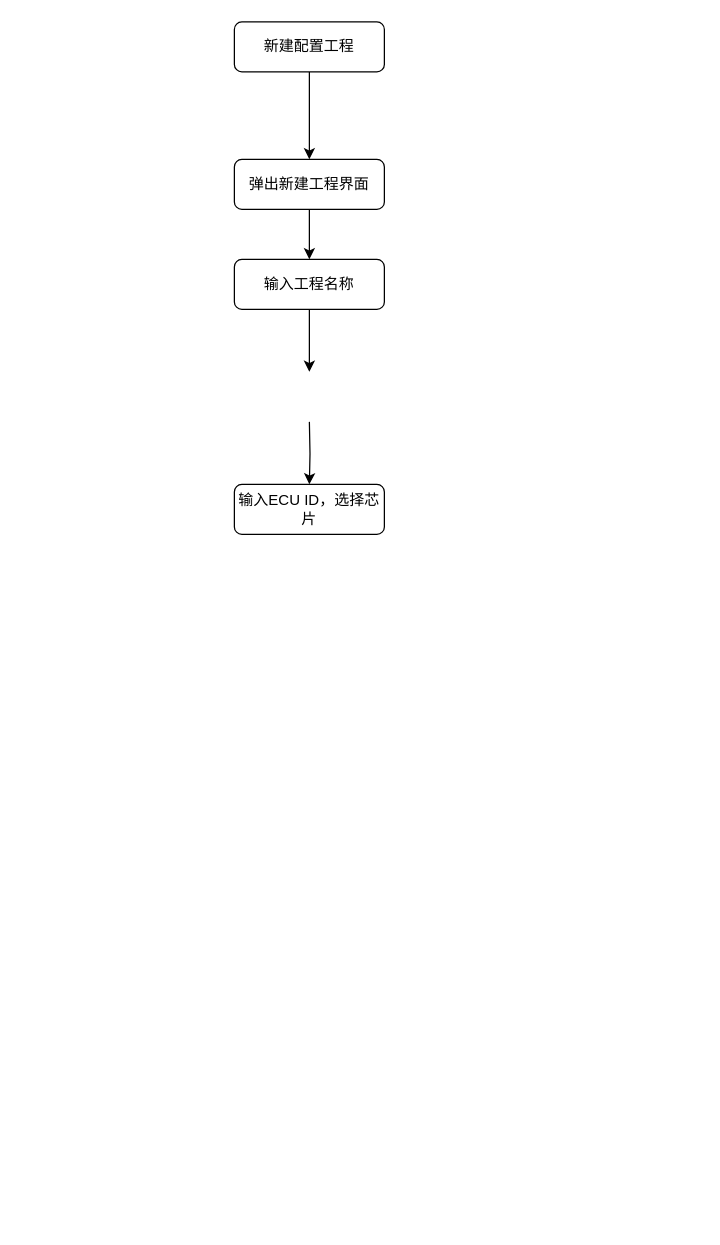
Above: flowchart.drawio in xuleixie/diagram (draw.io), before the change. Source tidied: cells renumbered, new cells numbered last; positions are measured from the earlier drawing's top-left corner, leaving out a move shared by most shapes. Both pictures are drawn from the tidied source at 125%, with x=0, y=0 at pixel (234, 21).
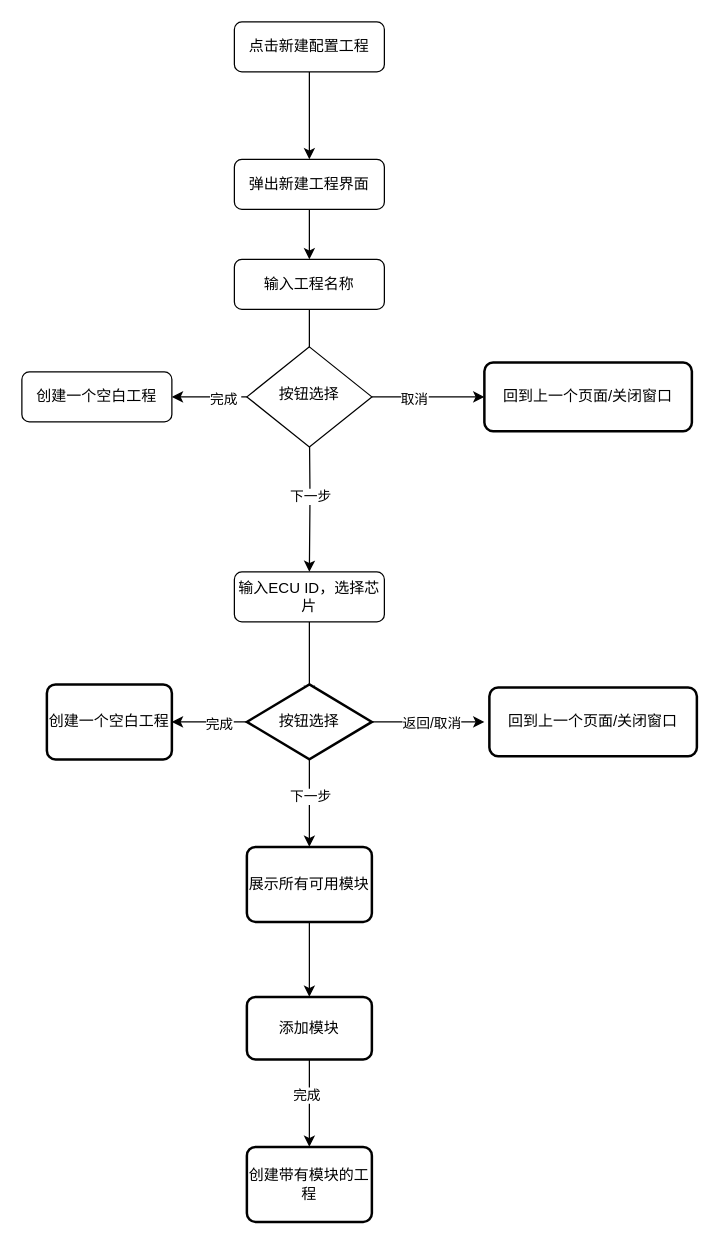
The same diagram, later.

Unchanged cells that the change refers to:
```xml
<mxCell id="8" style="edgeStyle=orthogonalEdgeStyle;rounded=0;jettySize=auto;html=1;exitX=0.5;exitY=1;exitDx=0;exitDy=0;entryX=0.5;entryY=0;entryDx=0;entryDy=0;" parent="1" edge="1" target="9">
  <mxGeometry relative="1" as="geometry">
    <mxPoint x="60" y="320" as="sourcePoint" />
  </mxGeometry>
</mxCell>
```

What changed in the source:
```diff
@@
-    <mxCell id="3" value="新建配置工程" style="rounded=1;whiteSpace=wrap;html=1;fontSize=12;glass=0;strokeWidth=1;shadow=0;" parent="1" vertex="1">
+    <mxCell id="3" value="点击新建配置工程" style="rounded=1;whiteSpace=wrap;html=1;fontSize=12;glass=0;strokeWidth=1;shadow=0;" parent="1" vertex="1">
       <mxGeometry width="120" height="40" as="geometry" />
     </mxCell>
@@
+    <mxCell id="10" value="下一步" style="edgeLabel;html=1;align=center;verticalAlign=middle;" parent="8" vertex="1">
+      <mxGeometry relative="1" as="geometry" />
+    </mxCell>
+    <mxCell id="11" style="edgeStyle=orthogonalEdgeStyle;rounded=0;jettySize=auto;html=1;exitX=0.5;exitY=1;exitDx=0;exitDy=0;entryX=0.5;entryY=0;entryDx=0;entryDy=0;" parent="1" edge="1" source="9">
+      <mxGeometry relative="1" as="geometry">
+        <mxPoint x="60" y="540" as="targetPoint" />
+      </mxGeometry>
+    </mxCell>
     <mxCell id="9" value="输入ECU ID，选择芯片" style="rounded=1;whiteSpace=wrap;html=1;fontSize=12;glass=0;strokeWidth=1;shadow=0;" parent="1" vertex="1">
-      <mxGeometry y="370" width="120" height="40" as="geometry" />
+      <mxGeometry y="440" width="120" height="40" as="geometry" />
     </mxCell>
+    <mxCell id="12" style="edgeStyle=orthogonalEdgeStyle;rounded=0;jettySize=auto;html=1;exitX=0;exitY=0.5;exitDx=0;exitDy=0;entryX=1;entryY=0.5;entryDx=0;entryDy=0;" parent="1" edge="1" source="16" target="17">
+      <mxGeometry relative="1" as="geometry" />
+    </mxCell>
+    <mxCell id="13" value="完成&amp;nbsp;" style="edgeLabel;html=1;align=center;verticalAlign=middle;" parent="12" vertex="1">
+      <mxGeometry x="-0.4" y="1" relative="1" as="geometry" />
+    </mxCell>
+    <mxCell id="14" style="edgeStyle=orthogonalEdgeStyle;rounded=0;jettySize=auto;html=1;exitX=1;exitY=0.5;exitDx=0;exitDy=0;entryX=0;entryY=0.5;entryDx=0;entryDy=0;" parent="1" edge="1" source="16" target="29">
+      <mxGeometry relative="1" as="geometry" />
+    </mxCell>
+    <mxCell id="15" value="取消" style="edgeLabel;html=1;align=center;verticalAlign=middle;" parent="14" vertex="1">
+      <mxGeometry x="-0.27" y="-1" relative="1" as="geometry" />
+    </mxCell>
+    <mxCell id="16" value="按钮选择" style="rhombus;whiteSpace=wrap;html=1;shadow=0;fontFamily=Helvetica;fontSize=12;align=center;strokeWidth=1;spacing=6;spacingTop=-4;" parent="1" vertex="1">
+      <mxGeometry x="10" y="260" width="100" height="80" as="geometry" />
+    </mxCell>
+    <mxCell id="17" value="创建一个空白工程" style="rounded=1;whiteSpace=wrap;html=1;fontSize=12;glass=0;strokeWidth=1;shadow=0;" parent="1" vertex="1">
+      <mxGeometry x="-170" y="280" width="120" height="40" as="geometry" />
+    </mxCell>
+    <mxCell id="18" style="edgeStyle=orthogonalEdgeStyle;rounded=0;jettySize=auto;html=1;exitX=0.5;exitY=1;exitDx=0;exitDy=0;exitPerimeter=0;entryX=0.5;entryY=0;entryDx=0;entryDy=0;" parent="1" edge="1" source="25" target="27">
+      <mxGeometry relative="1" as="geometry" />
+    </mxCell>
+    <mxCell id="19" value="下一步" style="edgeLabel;html=1;align=center;verticalAlign=middle;" parent="18" vertex="1">
+      <mxGeometry x="-0.17" relative="1" as="geometry" />
+    </mxCell>
+    <mxCell id="20" style="edgeStyle=orthogonalEdgeStyle;rounded=0;jettySize=auto;html=1;exitX=0;exitY=0.5;exitDx=0;exitDy=0;exitPerimeter=0;entryX=1;entryY=0.5;entryDx=0;entryDy=0;" parent="1" edge="1" source="25" target="28">
+      <mxGeometry relative="1" as="geometry" />
+    </mxCell>
+    <mxCell id="21" value="完成" style="edgeLabel;html=1;align=center;verticalAlign=middle;" parent="20" vertex="1">
+      <mxGeometry x="-0.23" y="1" relative="1" as="geometry" />
+    </mxCell>
+    <mxCell id="22" style="edgeStyle=orthogonalEdgeStyle;rounded=0;jettySize=auto;html=1;exitX=1;exitY=0.5;exitDx=0;exitDy=0;exitPerimeter=0;" parent="1" edge="1" source="25">
+      <mxGeometry relative="1" as="geometry">
+        <mxPoint x="200" y="560" as="targetPoint" />
+      </mxGeometry>
+    </mxCell>
+    <mxCell id="23" value="返回/取消" style="edgeLabel;html=1;align=center;verticalAlign=middle;" parent="22" vertex="1">
+      <mxGeometry x="0.05" relative="1" as="geometry" />
+    </mxCell>
+    <mxCell id="24" value="回到上一个页面/关闭窗口" style="rounded=1;whiteSpace=wrap;html=1;absoluteArcSize=1;arcSize=14;strokeWidth=2;" parent="1" vertex="1">
+      <mxGeometry x="204" y="532.5" width="166" height="55" as="geometry" />
+    </mxCell>
+    <mxCell id="25" value="按钮选择" style="strokeWidth=2;html=1;shape=mxgraph.flowchart.decision;whiteSpace=wrap;" parent="1" vertex="1">
+      <mxGeometry x="10" y="530" width="100" height="60" as="geometry" />
+    </mxCell>
+    <mxCell id="26" style="edgeStyle=orthogonalEdgeStyle;rounded=0;jettySize=auto;html=1;exitX=0.5;exitY=1;exitDx=0;exitDy=0;entryX=0.5;entryY=0;entryDx=0;entryDy=0;" parent="1" edge="1" source="27" target="32">
+      <mxGeometry relative="1" as="geometry" />
+    </mxCell>
+    <mxCell id="27" value="展示所有可用模块" style="rounded=1;whiteSpace=wrap;html=1;absoluteArcSize=1;arcSize=14;strokeWidth=2;" parent="1" vertex="1">
+      <mxGeometry x="10" y="660" width="100" height="60" as="geometry" />
+    </mxCell>
+    <mxCell id="28" value="创建一个空白工程" style="rounded=1;whiteSpace=wrap;html=1;absoluteArcSize=1;arcSize=14;strokeWidth=2;" parent="1" vertex="1">
+      <mxGeometry x="-150" y="530" width="100" height="60" as="geometry" />
+    </mxCell>
+    <mxCell id="29" value="回到上一个页面/关闭窗口" style="rounded=1;whiteSpace=wrap;html=1;absoluteArcSize=1;arcSize=14;strokeWidth=2;" parent="1" vertex="1">
+      <mxGeometry x="200" y="272.5" width="166" height="55" as="geometry" />
+    </mxCell>
+    <mxCell id="30" style="edgeStyle=orthogonalEdgeStyle;rounded=0;jettySize=auto;html=1;exitX=0.5;exitY=1;exitDx=0;exitDy=0;entryX=0.5;entryY=0;entryDx=0;entryDy=0;" parent="1" edge="1" source="32" target="33">
+      <mxGeometry relative="1" as="geometry" />
+    </mxCell>
+    <mxCell id="31" value="完成" style="edgeLabel;html=1;align=center;verticalAlign=middle;" parent="30" vertex="1">
+      <mxGeometry x="-0.2" y="-3" relative="1" as="geometry" />
+    </mxCell>
+    <mxCell id="32" value="添加模块" style="rounded=1;whiteSpace=wrap;html=1;absoluteArcSize=1;arcSize=14;strokeWidth=2;" parent="1" vertex="1">
+      <mxGeometry x="10" y="780" width="100" height="50" as="geometry" />
+    </mxCell>
+    <mxCell id="33" value="创建带有模块的工程" style="rounded=1;whiteSpace=wrap;html=1;absoluteArcSize=1;arcSize=14;strokeWidth=2;" parent="1" vertex="1">
+      <mxGeometry x="10" y="900" width="100" height="60" as="geometry" />
+    </mxCell>
```
